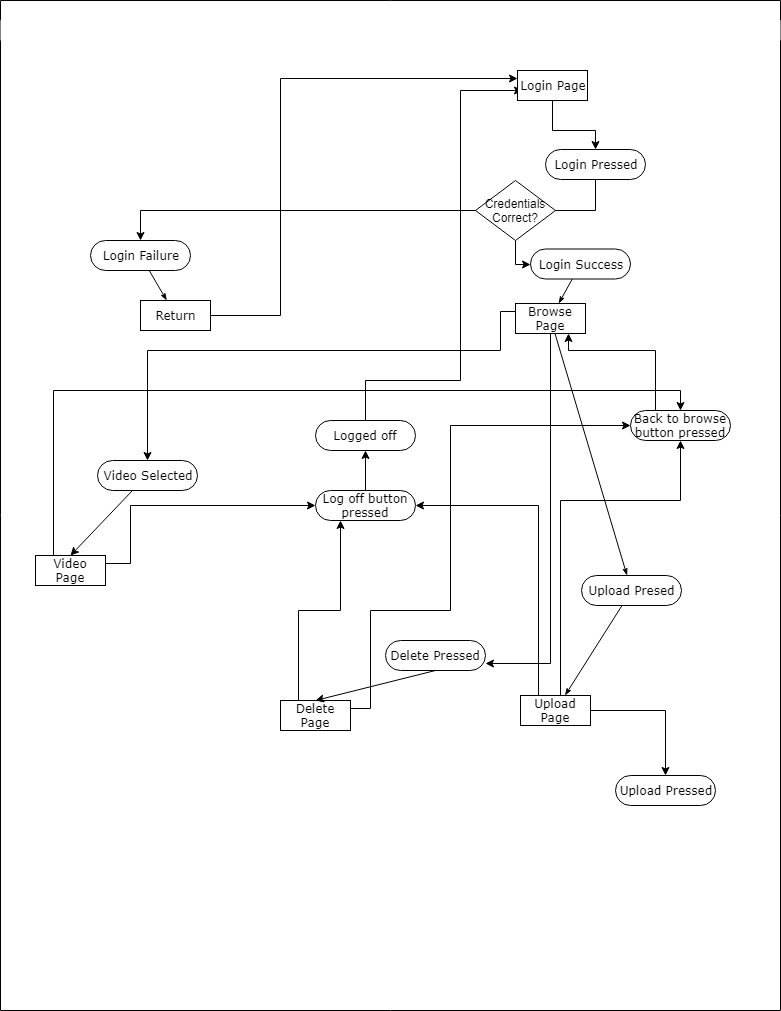
The draw.io diagram documentation/WebApp User Flow Graph.png in CSEC380-Group-12/CSEC380-Final-Project, before a commit. Source tidied: cells renumbered, new cells last; positions are measured from the earlier drawing's top-left corner, leaving out a move shared by most shapes.
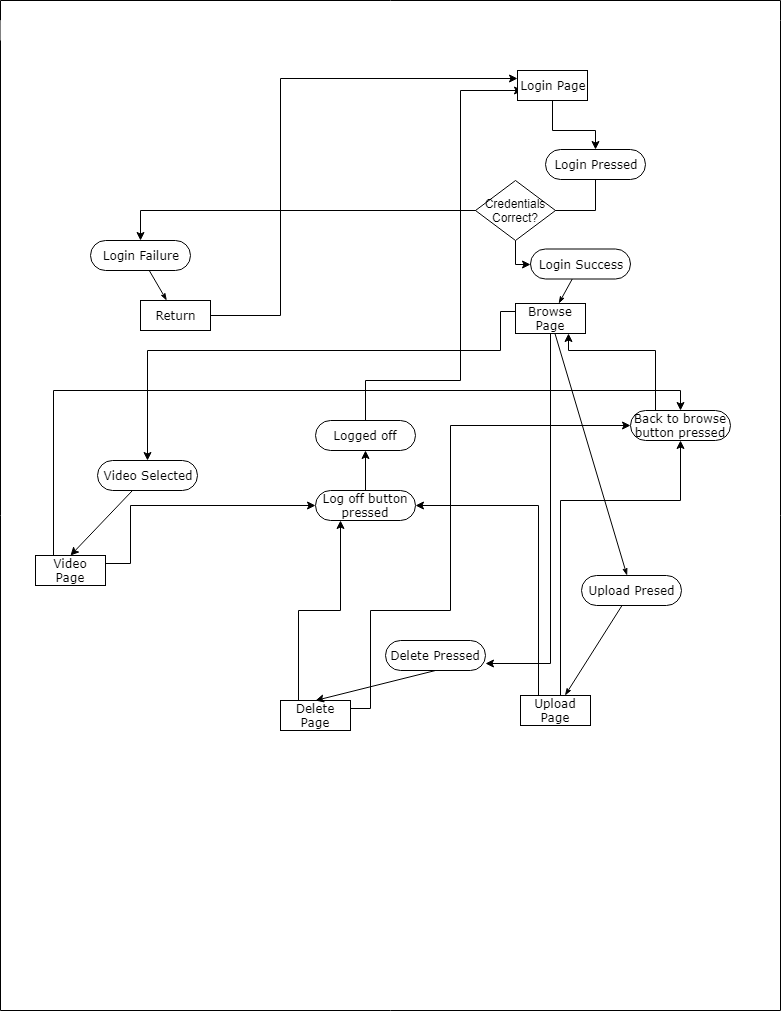
The same file after the commit.

The edit, as a diff of the source:
```diff
@@ -131,9 +131,6 @@
     <mxCell id="33" value="Browse Page" style="rounded=0;whiteSpace=wrap;html=1;shadow=0;comic=0;labelBackgroundColor=none;strokeColor=#000000;strokeWidth=1;fillColor=#ffffff;fontFamily=Verdana;fontSize=12;fontColor=#000000;align=center;arcSize=50;" parent="27" vertex="1">
       <mxGeometry x="15" y="283" width="70" height="30" as="geometry" />
     </mxCell>
-    <mxCell id="34" style="edgeStyle=orthogonalEdgeStyle;rounded=0;jettySize=auto;html=1;entryX=0.5;entryY=0;entryDx=0;entryDy=0;" parent="27" edge="1" source="36" target="43">
-      <mxGeometry relative="1" as="geometry" />
-    </mxCell>
     <mxCell id="35" style="edgeStyle=orthogonalEdgeStyle;rounded=0;jettySize=auto;html=1;exitX=0.5;exitY=0;exitDx=0;exitDy=0;entryX=0.5;entryY=1;entryDx=0;entryDy=0;" parent="27" edge="1" source="36" target="38">
       <mxGeometry relative="1" as="geometry">
         <Array as="points">
@@ -178,9 +175,6 @@
     <mxCell id="42" value="Login Page" style="rounded=0;whiteSpace=wrap;html=1;shadow=0;comic=0;labelBackgroundColor=none;strokeColor=#000000;strokeWidth=1;fillColor=#ffffff;fontFamily=Verdana;fontSize=12;fontColor=#000000;align=center;arcSize=50;" parent="27" vertex="1">
       <mxGeometry x="17" y="50" width="70" height="30" as="geometry" />
     </mxCell>
-    <mxCell id="43" value="Upload Pressed" style="rounded=1;whiteSpace=wrap;html=1;shadow=0;comic=0;labelBackgroundColor=none;strokeColor=#000000;strokeWidth=1;fillColor=#ffffff;fontFamily=Verdana;fontSize=12;fontColor=#000000;align=center;arcSize=50;" parent="27" vertex="1">
-      <mxGeometry x="115" y="755" width="100" height="30" as="geometry" />
-    </mxCell>
     <mxCell id="44" value="Credentials Correct?" style="rhombus;whiteSpace=wrap;html=1;" parent="27" vertex="1">
       <mxGeometry x="-25" y="160" width="80" height="60" as="geometry" />
     </mxCell>
```
